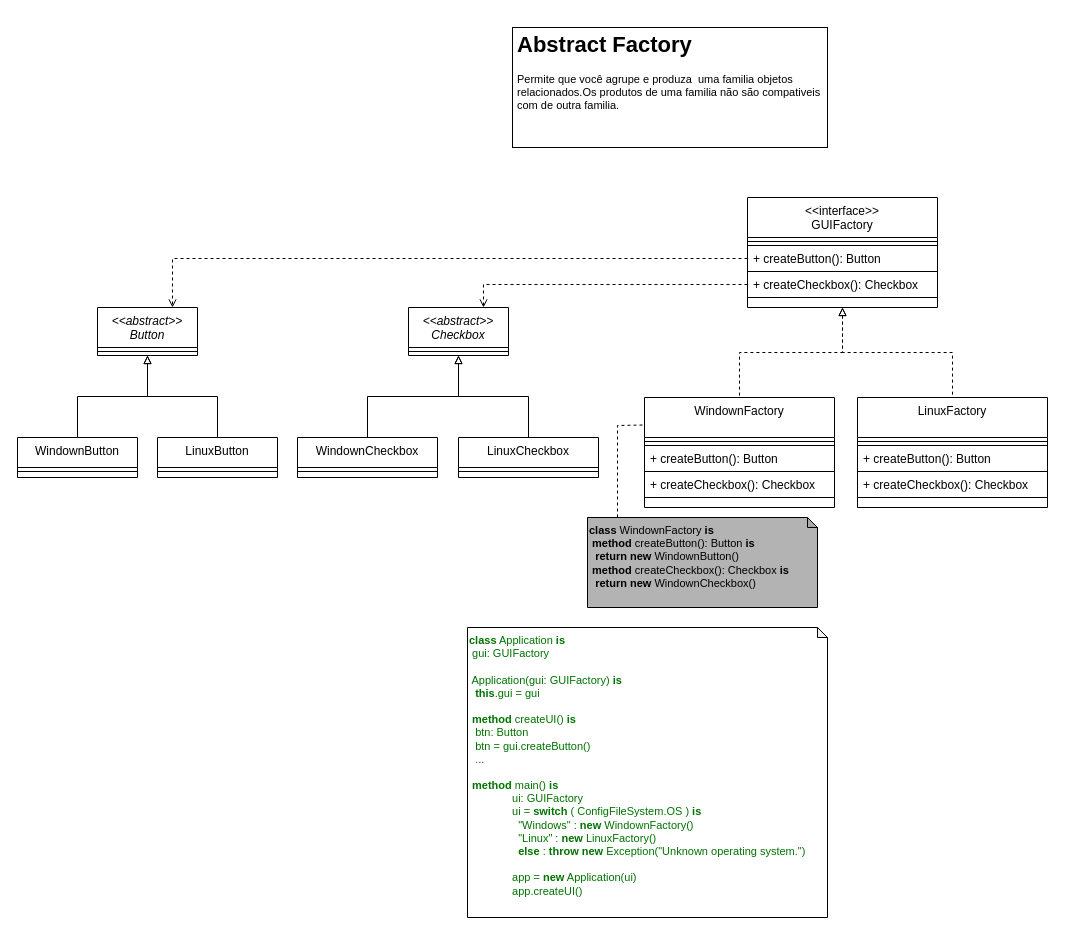
Before: page "Abstract Factory" (2 of 2) of Design Patterns.drawio in bcmes/diagrams, a draw.io diagram. Source tidied: cells renumbered, new cells numbered last; positions are measured from the earlier drawing's top-left corner, leaving out a move shared by most shapes. Both pictures are drawn from the tidied source at 100%, with x=0, y=0 at pixel (17, 27).
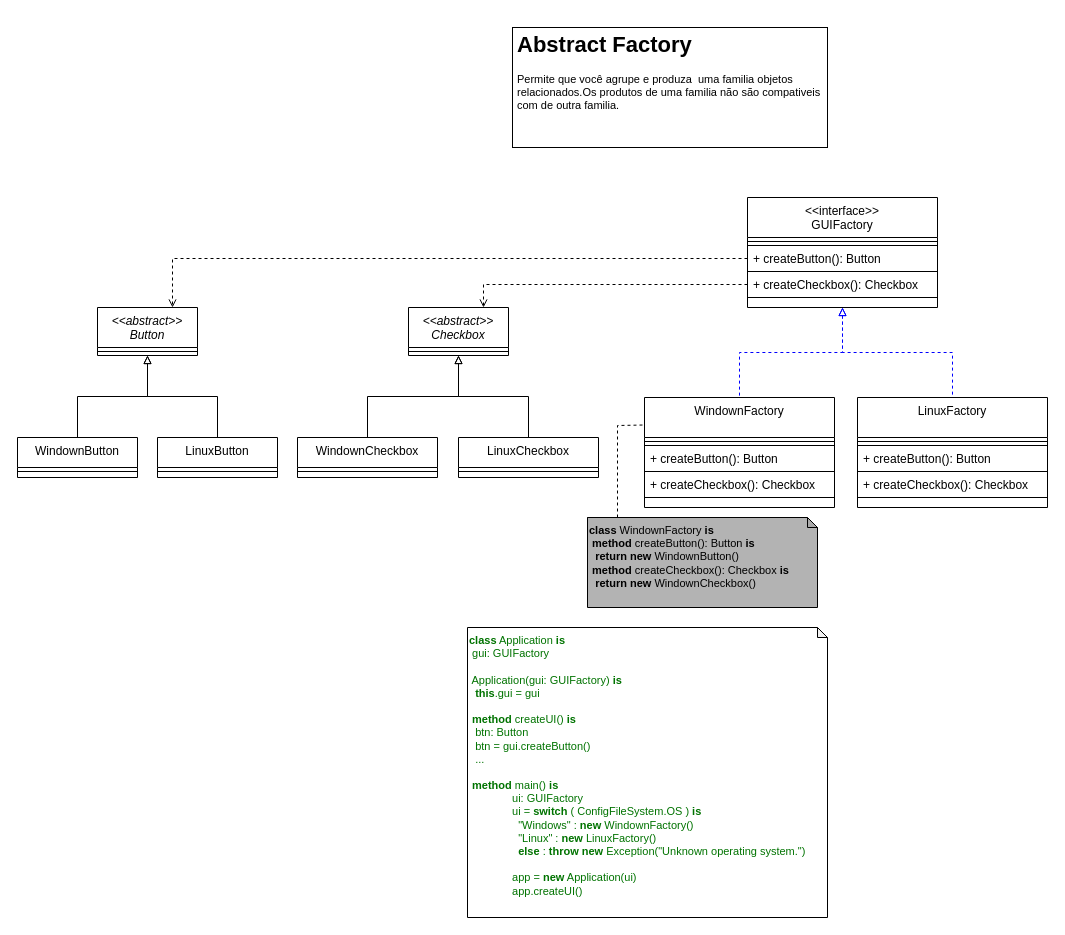
Above is the later version.

Unchanged cells that the change refers to:
```xml
<mxCell id="3" value="&lt;&lt;interface&gt;&gt;&#10;GUIFactory" style="swimlane;fontStyle=0;align=center;verticalAlign=top;horizontal=1;startSize=40;rounded=0;shadow=0;strokeWidth=1;fontColor=#000000;strokeColor=#000000;" parent="1" vertex="1">
  <mxGeometry x="730" y="170" width="190" height="110" as="geometry" />
</mxCell>
<mxCell id="7" value="WindownFactory" style="swimlane;fontStyle=0;align=center;verticalAlign=top;horizontal=1;startSize=40;rounded=0;shadow=0;strokeWidth=1;strokeColor=#000000;fontColor=#000000;" parent="1" vertex="1">
  <mxGeometry x="627" y="370" width="190" height="110" as="geometry" />
</mxCell>
<mxCell id="31" value="LinuxFactory" style="swimlane;fontStyle=0;align=center;verticalAlign=top;horizontal=1;startSize=40;rounded=0;shadow=0;strokeWidth=1;strokeColor=#000000;fontColor=#000000;" parent="1" vertex="1">
  <mxGeometry x="840" y="370" width="190" height="110" as="geometry" />
</mxCell>
```

Diff of the diagram source:
```diff
@@
-    <mxCell id="2" style="edgeStyle=orthogonalEdgeStyle;rounded=0;jettySize=auto;html=1;dashed=1;strokeColor=#000000;fontSize=11;fontColor=#000000;endArrow=none;endFill=0;startArrow=block;startFill=0;" parent="1" edge="1" source="3" target="7">
+    <mxCell id="2" style="edgeStyle=orthogonalEdgeStyle;rounded=0;jettySize=auto;html=1;dashed=1;strokeColor=#0000FF;fontSize=11;fontColor=#000000;endArrow=none;endFill=0;startArrow=block;startFill=0;" parent="1" edge="1" source="3" target="7">
       <mxGeometry relative="1" as="geometry" />
     </mxCell>
@@
-    <mxCell id="35" style="edgeStyle=orthogonalEdgeStyle;rounded=0;jettySize=auto;html=1;dashed=1;strokeColor=#000000;fontSize=11;fontColor=#000000;endArrow=none;endFill=0;startArrow=block;startFill=0;exitX=0.5;exitY=1;exitDx=0;exitDy=0;entryX=0.5;entryY=0;entryDx=0;entryDy=0;" parent="1" edge="1" source="3" target="31">
+    <mxCell id="35" style="edgeStyle=orthogonalEdgeStyle;rounded=0;jettySize=auto;html=1;dashed=1;strokeColor=#0000FF;fontSize=11;fontColor=#000000;endArrow=none;endFill=0;startArrow=block;startFill=0;exitX=0.5;exitY=1;exitDx=0;exitDy=0;entryX=0.5;entryY=0;entryDx=0;entryDy=0;" parent="1" edge="1" source="3" target="31">
       <mxGeometry relative="1" as="geometry" />
     </mxCell>
```
